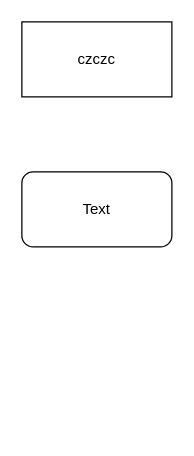
Above: Sample.drawio in gowrishnkar/kendo-ui-core (draw.io), before the change. Source tidied: cells renumbered, new cells numbered last; positions are measured from the earlier drawing's top-left corner, leaving out a move shared by most shapes. Both pictures are drawn from the tidied source at 125%, with x=0, y=0 at pixel (21, 21).
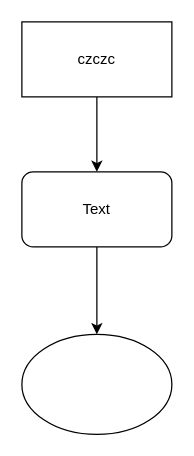
The same page after the edit.

Diff of the diagram source:
```diff
@@
 <mxGraphModel>
   <root>
     <mxCell id="0" />
     <mxCell id="1" parent="0" />
+    <mxCell id="5" style="edgeStyle=orthogonalEdgeStyle;rounded=0;jettySize=auto;html=1;entryX=0.5;entryY=0;entryDx=0;entryDy=0;" parent="1" edge="1" source="2" target="3">
+      <mxGeometry relative="1" as="geometry" />
+    </mxCell>
     <mxCell id="2" value="czczc" style="rounded=0;whiteSpace=wrap;html=1;" parent="1" vertex="1">
       <mxGeometry width="120" height="60" as="geometry" />
     </mxCell>
+    <mxCell id="6" style="edgeStyle=orthogonalEdgeStyle;rounded=0;jettySize=auto;html=1;" parent="1" edge="1" source="3" target="7">
+      <mxGeometry relative="1" as="geometry">
+        <Array as="points">
+          <mxPoint x="60" y="230" />
+          <mxPoint x="60" y="230" />
+        </Array>
+      </mxGeometry>
+    </mxCell>
     <mxCell id="3" style="rounded=1;whiteSpace=wrap;html=1;" parent="1" vertex="1">
       <mxGeometry y="120" width="120" height="60" as="geometry" />
     </mxCell>
     <mxCell id="4" value="Text" style="text;html=1;strokeColor=none;fillColor=none;align=center;verticalAlign=middle;whiteSpace=wrap;rounded=0;" parent="1" vertex="1">
       <mxGeometry x="40" y="140" width="40" height="20" as="geometry" />
     </mxCell>
+    <mxCell id="7" style="ellipse;whiteSpace=wrap;html=1;" parent="1" vertex="1">
+      <mxGeometry y="250" width="120" height="80" as="geometry" />
+    </mxCell>
   </root>
 </mxGraphModel>
```
